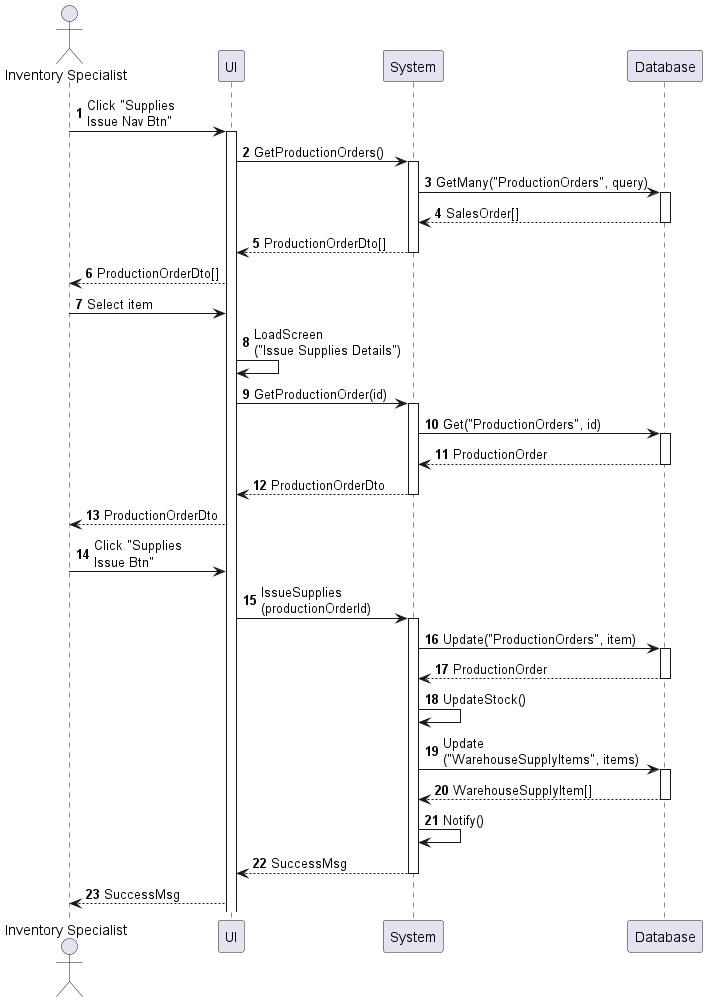
Before: sequences/inventory-supply-issue.png, a diagram exported from PlantUML (phihungha/scmss-reqs).
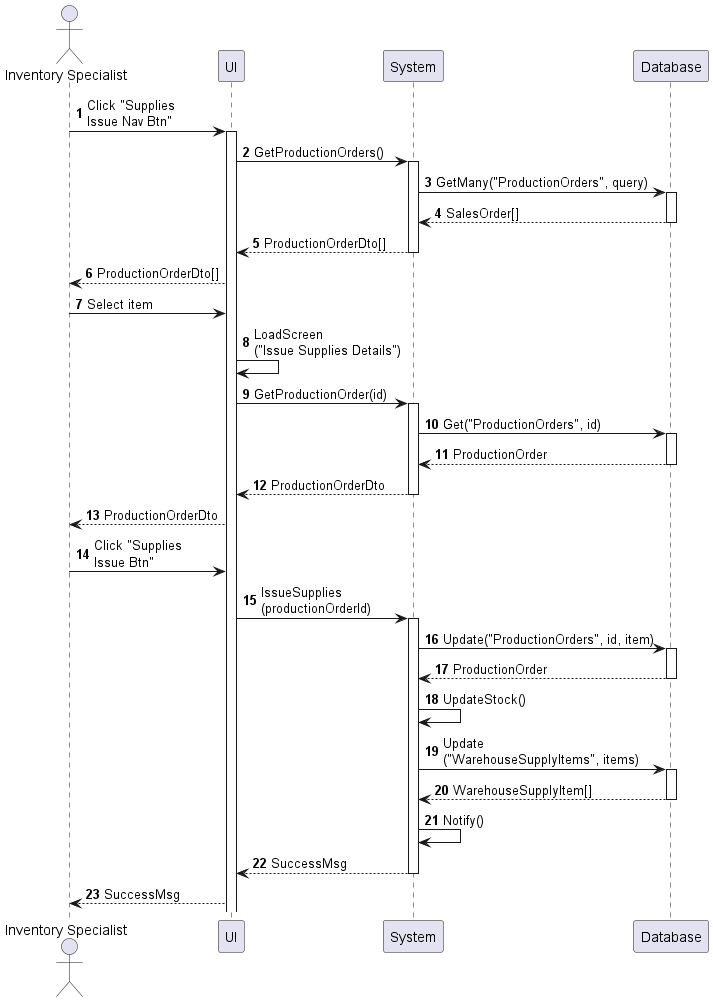
The same file after the commit.

Diff of the diagram source:
```diff
@@ -27,7 +27,7 @@
 a -> f : Click "Supplies\nIssue Btn"
 f -> b : IssueSupplies\n(productionOrderId)
 activate b
-b -> d : Update("ProductionOrders", item)
+b -> d : Update("ProductionOrders", id, item)
 activate d
 return ProductionOrder
 b -> b : UpdateStock()
```
